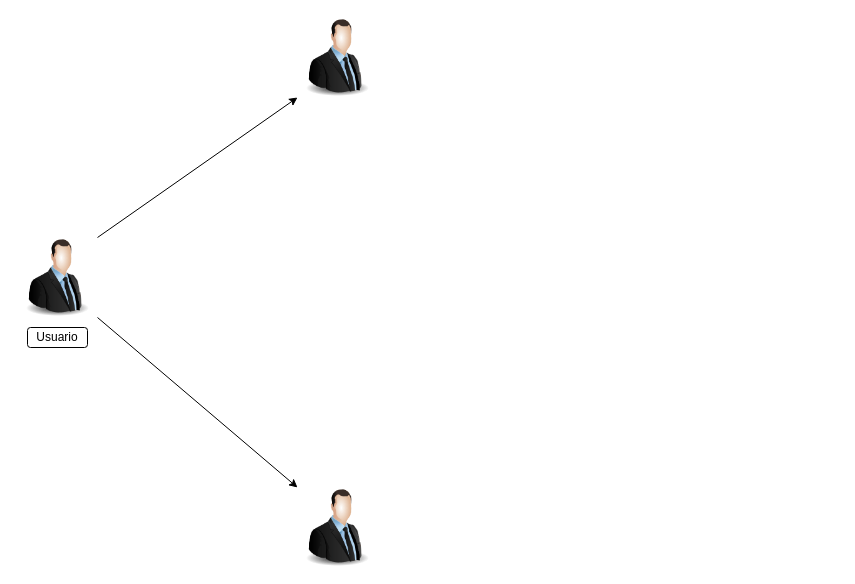
This is CU Registro de usuario.drawio from Juan-caeres/Agrometeorologia, a draw.io file, before an edit. Source tidied: cells renumbered, new cells numbered last; positions are measured from the earlier drawing's top-left corner, leaving out a move shared by most shapes. Both pictures are drawn from the tidied source at 100%, with x=0, y=0 at pixel (17, 17).
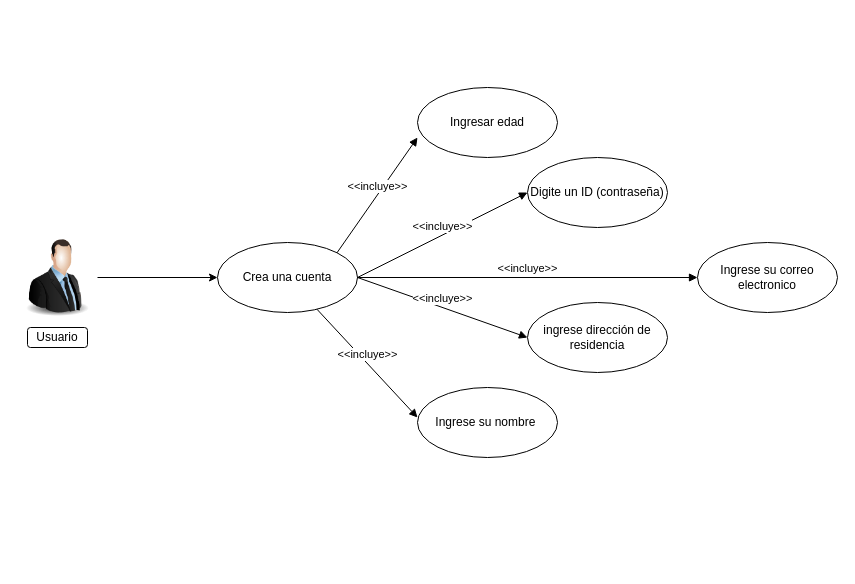
After the change.

The edit, as a diff of the source:
```diff
@@
 <mxGraphModel>
   <root>
     <mxCell id="0" />
     <mxCell id="1" parent="0" />
-    <mxCell id="2" style="endArrow=classic;html=1;rounded=0;exitX=1;exitY=0;exitDx=0;exitDy=0;" parent="1" edge="1">
-      <mxGeometry relative="1" as="geometry">
-        <mxPoint x="80" y="220" as="sourcePoint" />
-        <mxPoint x="280" y="80" as="targetPoint" />
-      </mxGeometry>
-    </mxCell>
     <mxCell id="3" value="Usuario" style="rounded=1;whiteSpace=wrap;html=1;" parent="1" vertex="1">
       <mxGeometry x="10" y="310" width="60" height="20" as="geometry" />
     </mxCell>
-    <mxCell id="4" style="endArrow=classic;html=1;rounded=0;exitX=1;exitY=1;exitDx=0;exitDy=0;" parent="1" edge="1">
-      <mxGeometry relative="1" as="geometry">
-        <mxPoint x="80" y="300" as="sourcePoint" />
-        <mxPoint x="280" y="470" as="targetPoint" />
-      </mxGeometry>
-    </mxCell>
     <mxCell id="5" style="image;html=1;image=img/lib/clip_art/people/Suit_Man_128x128.png;" parent="1" vertex="1">
       <mxGeometry y="220" width="80" height="80" as="geometry" />
     </mxCell>
-    <mxCell id="6" style="image;html=1;image=img/lib/clip_art/people/Suit_Man_128x128.png;" parent="1" vertex="1">
-      <mxGeometry x="280" width="80" height="80" as="geometry" />
-    </mxCell>
-    <mxCell id="7" style="image;html=1;image=img/lib/clip_art/people/Suit_Man_128x128.png;" parent="1" vertex="1">
-      <mxGeometry x="280" y="470" width="80" height="80" as="geometry" />
-    </mxCell>
+    <mxCell id="8" style="endArrow=classic;html=1;rounded=0;exitX=1;exitY=0.5;exitDx=0;exitDy=0;" parent="1" edge="1" source="5">
+      <mxGeometry relative="1" as="geometry">
+        <mxPoint x="200" y="260" as="targetPoint" />
+      </mxGeometry>
+    </mxCell>
+    <mxCell id="9" value="Crea una cuenta" style="ellipse;whiteSpace=wrap;html=1;" parent="1" vertex="1">
+      <mxGeometry x="200" y="225" width="140" height="70" as="geometry" />
+    </mxCell>
+    <mxCell id="10" value="&amp;lt;&amp;lt;incluye&amp;gt;&amp;gt;" style="html=1;verticalAlign=bottom;endArrow=block;curved=0;rounded=0;exitX=1;exitY=0;exitDx=0;exitDy=0;" parent="1" edge="1" source="9">
+      <mxGeometry relative="1" as="geometry">
+        <mxPoint x="400" y="120" as="targetPoint" />
+      </mxGeometry>
+    </mxCell>
+    <mxCell id="11" value="Ingresar edad" style="ellipse;whiteSpace=wrap;html=1;" parent="1" vertex="1">
+      <mxGeometry x="400" y="70" width="140" height="70" as="geometry" />
+    </mxCell>
+    <mxCell id="12" value="&amp;lt;&amp;lt;incluye&amp;gt;&amp;gt;" style="html=1;verticalAlign=bottom;endArrow=block;curved=0;rounded=0;exitX=1;exitY=0.5;exitDx=0;exitDy=0;entryX=0;entryY=0.5;entryDx=0;entryDy=0;" parent="1" edge="1" source="9" target="13">
+      <mxGeometry relative="1" as="geometry" />
+    </mxCell>
+    <mxCell id="13" value="Digite un ID (contraseña)" style="ellipse;whiteSpace=wrap;html=1;" parent="1" vertex="1">
+      <mxGeometry x="510" y="140" width="140" height="70" as="geometry" />
+    </mxCell>
+    <mxCell id="14" value="Ingrese su nombre&amp;nbsp;" style="ellipse;whiteSpace=wrap;html=1;" parent="1" vertex="1">
+      <mxGeometry x="400" y="370" width="140" height="70" as="geometry" />
+    </mxCell>
+    <mxCell id="15" value="&amp;lt;&amp;lt;incluye&amp;gt;&amp;gt;" style="html=1;verticalAlign=bottom;endArrow=block;curved=0;rounded=0;" parent="1" edge="1" source="9">
+      <mxGeometry relative="1" as="geometry">
+        <mxPoint x="400" y="400" as="targetPoint" />
+      </mxGeometry>
+    </mxCell>
+    <mxCell id="16" value="&amp;lt;&amp;lt;incluye&amp;gt;&amp;gt;" style="html=1;verticalAlign=bottom;endArrow=block;curved=0;rounded=0;entryX=0;entryY=0.5;entryDx=0;entryDy=0;" parent="1" edge="1" target="17">
+      <mxGeometry relative="1" as="geometry">
+        <mxPoint x="340" y="260" as="sourcePoint" />
+      </mxGeometry>
+    </mxCell>
+    <mxCell id="17" value="ingrese dirección de residencia" style="ellipse;whiteSpace=wrap;html=1;" parent="1" vertex="1">
+      <mxGeometry x="510" y="285" width="140" height="70" as="geometry" />
+    </mxCell>
+    <mxCell id="18" value="&amp;lt;&amp;lt;incluye&amp;gt;&amp;gt;" style="html=1;verticalAlign=bottom;endArrow=block;curved=0;rounded=0;exitX=1;exitY=0.5;exitDx=0;exitDy=0;" parent="1" edge="1" source="9">
+      <mxGeometry relative="1" as="geometry">
+        <mxPoint x="680" y="260" as="targetPoint" />
+      </mxGeometry>
+    </mxCell>
+    <mxCell id="19" value="Ingrese su correo electronico" style="ellipse;whiteSpace=wrap;html=1;" parent="1" vertex="1">
+      <mxGeometry x="680" y="225" width="140" height="70" as="geometry" />
+    </mxCell>
   </root>
 </mxGraphModel>
```
